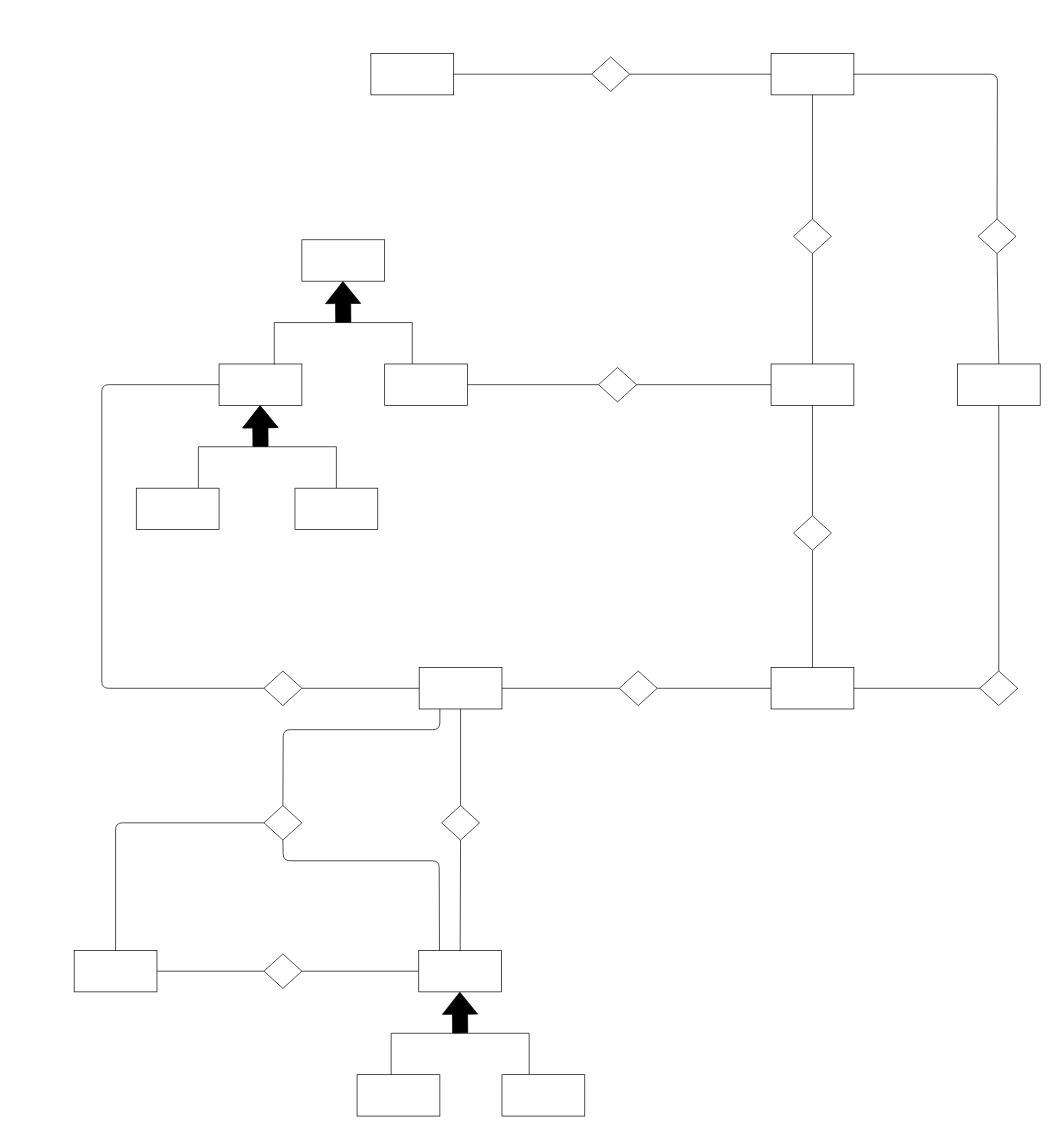
The draw.io diagram pizzeria.drawio in StefanoBelli/pizzeria, before the edit. Source tidied: cells renumbered, new cells numbered last; positions are measured from the earlier drawing's top-left corner, leaving out a move shared by most shapes. Both pictures are drawn from the tidied source at 69%, with x=0, y=0 at pixel (74, 53).
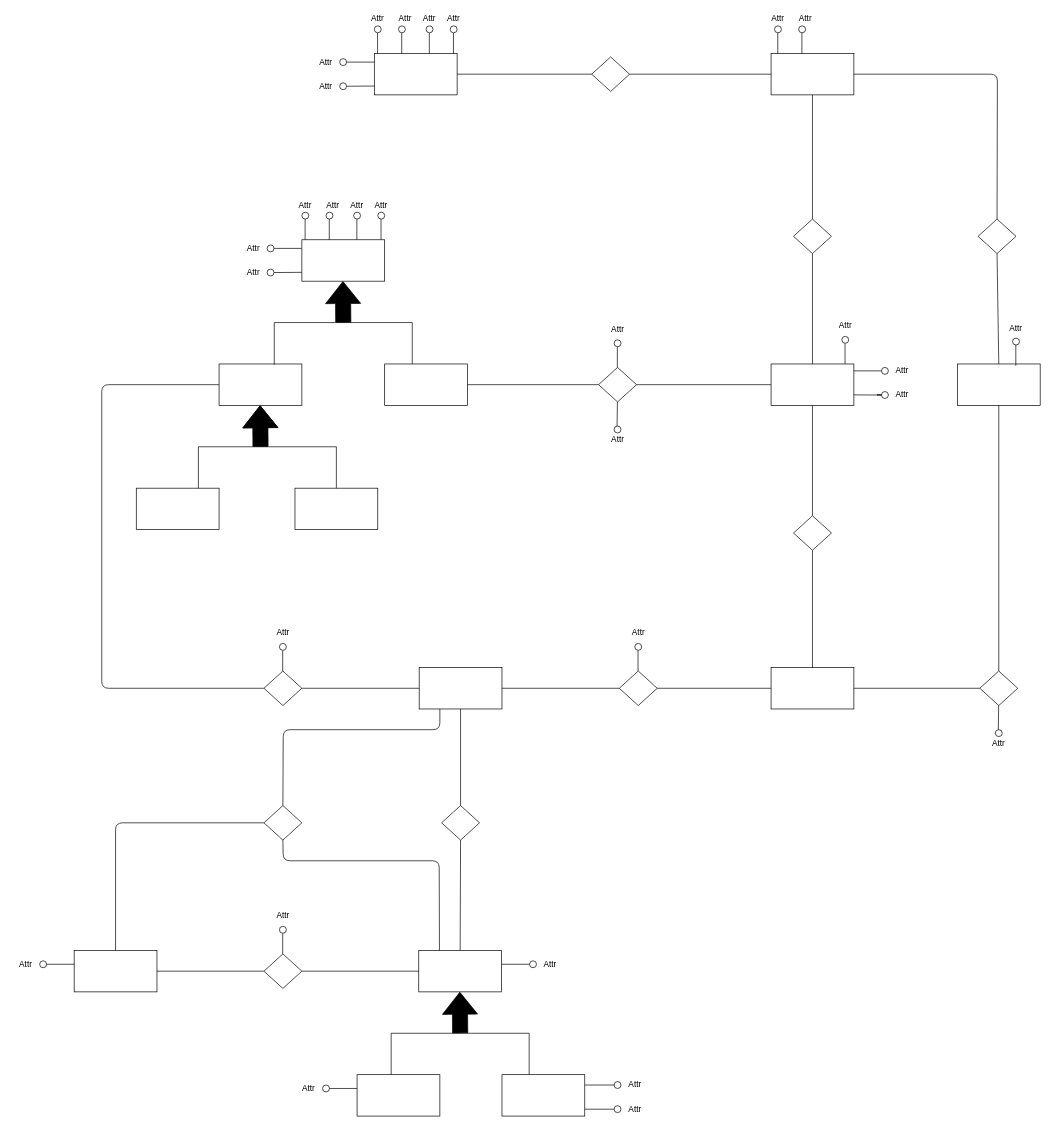
After the change.

Commit message (it also covers changes not shown here):
Update pizzeria.drawio (basic structure)

Change to the diagram source:
```diff
@@
     <mxCell id="2" style="rounded=0;whiteSpace=wrap;html=1;" parent="1" vertex="1">
-      <mxGeometry x="430" width="120" height="60" as="geometry" />
+      <mxGeometry x="435" width="120" height="60" as="geometry" />
     </mxCell>
@@
+    <mxCell id="63" style="endArrow=none;html=1;fillColor=#000000;" parent="1" edge="1">
+      <mxGeometry relative="1" as="geometry">
+        <mxPoint x="439.7" as="sourcePoint" />
+        <mxPoint x="439.7" y="-30" as="targetPoint" />
+      </mxGeometry>
+    </mxCell>
+    <mxCell id="64" style="ellipse;whiteSpace=wrap;html=1;" parent="1" vertex="1">
+      <mxGeometry x="435" y="-40" width="10" height="10" as="geometry" />
+    </mxCell>
+    <mxCell id="65" value="&lt;div&gt;Attr&lt;/div&gt;" style="text;html=1;strokeColor=none;fillColor=none;align=center;verticalAlign=middle;whiteSpace=wrap;rounded=0;" parent="1" vertex="1">
+      <mxGeometry x="420" y="-60" width="40" height="20" as="geometry" />
+    </mxCell>
+    <mxCell id="66" style="endArrow=none;html=1;fillColor=#000000;" parent="1" edge="1">
+      <mxGeometry relative="1" as="geometry">
+        <mxPoint x="474.7" as="sourcePoint" />
+        <mxPoint x="474.7" y="-30" as="targetPoint" />
+      </mxGeometry>
+    </mxCell>
+    <mxCell id="67" style="ellipse;whiteSpace=wrap;html=1;" parent="1" vertex="1">
+      <mxGeometry x="470" y="-40" width="10" height="10" as="geometry" />
+    </mxCell>
+    <mxCell id="68" value="&lt;div&gt;Attr&lt;/div&gt;" style="text;html=1;strokeColor=none;fillColor=none;align=center;verticalAlign=middle;whiteSpace=wrap;rounded=0;" parent="1" vertex="1">
+      <mxGeometry x="460" y="-60" width="40" height="20" as="geometry" />
+    </mxCell>
+    <mxCell id="69" style="endArrow=none;html=1;fillColor=#000000;" parent="1" edge="1">
+      <mxGeometry relative="1" as="geometry">
+        <mxPoint x="514.7" as="sourcePoint" />
+        <mxPoint x="514.7" y="-30" as="targetPoint" />
+      </mxGeometry>
+    </mxCell>
+    <mxCell id="70" style="ellipse;whiteSpace=wrap;html=1;" parent="1" vertex="1">
+      <mxGeometry x="510" y="-40" width="10" height="10" as="geometry" />
+    </mxCell>
+    <mxCell id="71" value="&lt;div&gt;Attr&lt;/div&gt;" style="text;html=1;strokeColor=none;fillColor=none;align=center;verticalAlign=middle;whiteSpace=wrap;rounded=0;" parent="1" vertex="1">
+      <mxGeometry x="495" y="-60" width="40" height="20" as="geometry" />
+    </mxCell>
+    <mxCell id="72" style="endArrow=none;html=1;fillColor=#000000;" parent="1" edge="1">
+      <mxGeometry relative="1" as="geometry">
+        <mxPoint x="549.7" as="sourcePoint" />
+        <mxPoint x="549.7" y="-30" as="targetPoint" />
+      </mxGeometry>
+    </mxCell>
+    <mxCell id="73" style="ellipse;whiteSpace=wrap;html=1;" parent="1" vertex="1">
+      <mxGeometry x="545" y="-40" width="10" height="10" as="geometry" />
+    </mxCell>
+    <mxCell id="74" value="&lt;div&gt;Attr&lt;/div&gt;" style="text;html=1;strokeColor=none;fillColor=none;align=center;verticalAlign=middle;whiteSpace=wrap;rounded=0;" parent="1" vertex="1">
+      <mxGeometry x="530" y="-60" width="40" height="20" as="geometry" />
+    </mxCell>
+    <mxCell id="75" style="endArrow=none;html=1;fillColor=#000000;entryX=1;entryY=0.5;entryDx=0;entryDy=0;exitX=0.003;exitY=0.828;exitDx=0;exitDy=0;exitPerimeter=0;" parent="1" edge="1" target="79">
+      <mxGeometry relative="1" as="geometry">
+        <mxPoint x="330" y="317.2" as="sourcePoint" />
+      </mxGeometry>
+    </mxCell>
+    <mxCell id="76" style="ellipse;whiteSpace=wrap;html=1;direction=east;" parent="1" vertex="1">
+      <mxGeometry x="279.6" y="277.5" width="10" height="10" as="geometry" />
+    </mxCell>
+    <mxCell id="77" value="&lt;div&gt;Attr&lt;/div&gt;" style="text;html=1;strokeColor=none;fillColor=none;align=center;verticalAlign=middle;whiteSpace=wrap;rounded=0;direction=east;" parent="1" vertex="1">
+      <mxGeometry x="239.6" y="307.5" width="40" height="20" as="geometry" />
+    </mxCell>
+    <mxCell id="78" style="endArrow=none;html=1;fillColor=#000000;entryX=1;entryY=0.5;entryDx=0;entryDy=0;exitX=0;exitY=0.25;exitDx=0;exitDy=0;" parent="1" edge="1" target="76">
+      <mxGeometry relative="1" as="geometry">
+        <mxPoint x="329.6" y="282.5" as="sourcePoint" />
+      </mxGeometry>
+    </mxCell>
+    <mxCell id="79" style="ellipse;whiteSpace=wrap;html=1;direction=east;" parent="1" vertex="1">
+      <mxGeometry x="279.6" y="312.5" width="10" height="10" as="geometry" />
+    </mxCell>
+    <mxCell id="80" value="&lt;div&gt;Attr&lt;/div&gt;" style="text;html=1;strokeColor=none;fillColor=none;align=center;verticalAlign=middle;whiteSpace=wrap;rounded=0;direction=east;" parent="1" vertex="1">
+      <mxGeometry x="239.6" y="272.5" width="40" height="20" as="geometry" />
+    </mxCell>
+    <mxCell id="81" style="endArrow=none;html=1;fillColor=#000000;" parent="1" edge="1">
+      <mxGeometry relative="1" as="geometry">
+        <mxPoint x="1019.7" as="sourcePoint" />
+        <mxPoint x="1019.7" y="-30" as="targetPoint" />
+      </mxGeometry>
+    </mxCell>
+    <mxCell id="82" style="ellipse;whiteSpace=wrap;html=1;" parent="1" vertex="1">
+      <mxGeometry x="1015" y="-40" width="10" height="10" as="geometry" />
+    </mxCell>
+    <mxCell id="83" value="&lt;div&gt;Attr&lt;/div&gt;" style="text;html=1;strokeColor=none;fillColor=none;align=center;verticalAlign=middle;whiteSpace=wrap;rounded=0;" parent="1" vertex="1">
+      <mxGeometry x="1000" y="-60" width="40" height="20" as="geometry" />
+    </mxCell>
+    <mxCell id="84" style="endArrow=none;html=1;fillColor=#000000;" parent="1" edge="1">
+      <mxGeometry relative="1" as="geometry">
+        <mxPoint x="1054.7" as="sourcePoint" />
+        <mxPoint x="1054.7" y="-30" as="targetPoint" />
+      </mxGeometry>
+    </mxCell>
+    <mxCell id="85" style="ellipse;whiteSpace=wrap;html=1;" parent="1" vertex="1">
+      <mxGeometry x="1050" y="-40" width="10" height="10" as="geometry" />
+    </mxCell>
+    <mxCell id="86" value="&lt;div&gt;Attr&lt;/div&gt;" style="text;html=1;strokeColor=none;fillColor=none;align=center;verticalAlign=middle;whiteSpace=wrap;rounded=0;" parent="1" vertex="1">
+      <mxGeometry x="1040" y="-60" width="40" height="20" as="geometry" />
+    </mxCell>
+    <mxCell id="87" style="endArrow=none;html=1;fillColor=#000000;" parent="1" edge="1">
+      <mxGeometry relative="1" as="geometry">
+        <mxPoint x="787.2" y="455" as="sourcePoint" />
+        <mxPoint x="787.2" y="425" as="targetPoint" />
+      </mxGeometry>
+    </mxCell>
+    <mxCell id="88" style="ellipse;whiteSpace=wrap;html=1;" parent="1" vertex="1">
+      <mxGeometry x="782.5" y="415" width="10" height="10" as="geometry" />
+    </mxCell>
+    <mxCell id="89" value="&lt;div&gt;Attr&lt;/div&gt;" style="text;html=1;strokeColor=none;fillColor=none;align=center;verticalAlign=middle;whiteSpace=wrap;rounded=0;" parent="1" vertex="1">
+      <mxGeometry x="767.5" y="390" width="40" height="20" as="geometry" />
+    </mxCell>
+    <mxCell id="90" style="endArrow=none;html=1;fillColor=#000000;exitX=0.431;exitY=0.184;exitDx=0;exitDy=0;exitPerimeter=0;" parent="1" edge="1" source="91">
+      <mxGeometry relative="1" as="geometry">
+        <mxPoint x="787.3" y="505" as="targetPoint" />
+      </mxGeometry>
+    </mxCell>
+    <mxCell id="91" style="ellipse;whiteSpace=wrap;html=1;" parent="1" vertex="1">
+      <mxGeometry x="782.5" y="540" width="10" height="10" as="geometry" />
+    </mxCell>
+    <mxCell id="92" value="&lt;div&gt;Attr&lt;/div&gt;" style="text;html=1;strokeColor=none;fillColor=none;align=center;verticalAlign=middle;whiteSpace=wrap;rounded=0;" parent="1" vertex="1">
+      <mxGeometry x="767.5" y="550" width="40" height="20" as="geometry" />
+    </mxCell>
+    <mxCell id="93" style="endArrow=none;html=1;fillColor=#000000;" parent="1" edge="1">
+      <mxGeometry relative="1" as="geometry">
+        <mxPoint x="334.7" y="270" as="sourcePoint" />
+        <mxPoint x="334.7" y="240" as="targetPoint" />
+      </mxGeometry>
+    </mxCell>
+    <mxCell id="94" style="ellipse;whiteSpace=wrap;html=1;" parent="1" vertex="1">
+      <mxGeometry x="330" y="230" width="10" height="10" as="geometry" />
+    </mxCell>
+    <mxCell id="95" value="&lt;div&gt;Attr&lt;/div&gt;" style="text;html=1;strokeColor=none;fillColor=none;align=center;verticalAlign=middle;whiteSpace=wrap;rounded=0;" parent="1" vertex="1">
+      <mxGeometry x="315" y="210" width="40" height="20" as="geometry" />
+    </mxCell>
+    <mxCell id="96" style="endArrow=none;html=1;fillColor=#000000;" parent="1" edge="1">
+      <mxGeometry relative="1" as="geometry">
+        <mxPoint x="369.7" y="270" as="sourcePoint" />
+        <mxPoint x="369.7" y="240" as="targetPoint" />
+      </mxGeometry>
+    </mxCell>
+    <mxCell id="97" style="ellipse;whiteSpace=wrap;html=1;" parent="1" vertex="1">
+      <mxGeometry x="365" y="230" width="10" height="10" as="geometry" />
+    </mxCell>
+    <mxCell id="98" value="&lt;div&gt;Attr&lt;/div&gt;" style="text;html=1;strokeColor=none;fillColor=none;align=center;verticalAlign=middle;whiteSpace=wrap;rounded=0;" parent="1" vertex="1">
+      <mxGeometry x="355" y="210" width="40" height="20" as="geometry" />
+    </mxCell>
+    <mxCell id="99" style="endArrow=none;html=1;fillColor=#000000;" parent="1" edge="1">
+      <mxGeometry relative="1" as="geometry">
+        <mxPoint x="409.7" y="270" as="sourcePoint" />
+        <mxPoint x="409.7" y="240" as="targetPoint" />
+      </mxGeometry>
+    </mxCell>
+    <mxCell id="100" style="ellipse;whiteSpace=wrap;html=1;" parent="1" vertex="1">
+      <mxGeometry x="405" y="230" width="10" height="10" as="geometry" />
+    </mxCell>
+    <mxCell id="101" value="&lt;div&gt;Attr&lt;/div&gt;" style="text;html=1;strokeColor=none;fillColor=none;align=center;verticalAlign=middle;whiteSpace=wrap;rounded=0;" parent="1" vertex="1">
+      <mxGeometry x="390" y="210" width="40" height="20" as="geometry" />
+    </mxCell>
+    <mxCell id="102" style="endArrow=none;html=1;fillColor=#000000;" parent="1" edge="1">
+      <mxGeometry relative="1" as="geometry">
+        <mxPoint x="444.7" y="270" as="sourcePoint" />
+        <mxPoint x="444.7" y="240" as="targetPoint" />
+      </mxGeometry>
+    </mxCell>
+    <mxCell id="103" style="ellipse;whiteSpace=wrap;html=1;" parent="1" vertex="1">
+      <mxGeometry x="440" y="230" width="10" height="10" as="geometry" />
+    </mxCell>
+    <mxCell id="104" value="&lt;div&gt;Attr&lt;/div&gt;" style="text;html=1;strokeColor=none;fillColor=none;align=center;verticalAlign=middle;whiteSpace=wrap;rounded=0;" parent="1" vertex="1">
+      <mxGeometry x="425" y="210" width="40" height="20" as="geometry" />
+    </mxCell>
+    <mxCell id="105" style="endArrow=none;html=1;fillColor=#000000;" parent="1" edge="1">
+      <mxGeometry relative="1" as="geometry">
+        <mxPoint x="302.2" y="1305" as="sourcePoint" />
+        <mxPoint x="302.2" y="1275" as="targetPoint" />
+      </mxGeometry>
+    </mxCell>
+    <mxCell id="106" style="ellipse;whiteSpace=wrap;html=1;" parent="1" vertex="1">
+      <mxGeometry x="297.5" y="1265" width="10" height="10" as="geometry" />
+    </mxCell>
+    <mxCell id="107" value="&lt;div&gt;Attr&lt;/div&gt;" style="text;html=1;strokeColor=none;fillColor=none;align=center;verticalAlign=middle;whiteSpace=wrap;rounded=0;" parent="1" vertex="1">
+      <mxGeometry x="282.5" y="1240" width="40" height="20" as="geometry" />
+    </mxCell>
+    <mxCell id="108" style="endArrow=none;html=1;fillColor=#000000;entryX=1;entryY=0.5;entryDx=0;entryDy=0;exitX=0.003;exitY=0.828;exitDx=0;exitDy=0;exitPerimeter=0;" parent="1" edge="1" target="112">
+      <mxGeometry relative="1" as="geometry">
+        <mxPoint x="435.2" y="47.2" as="sourcePoint" />
+      </mxGeometry>
+    </mxCell>
+    <mxCell id="109" style="ellipse;whiteSpace=wrap;html=1;direction=east;" parent="1" vertex="1">
+      <mxGeometry x="384.8" y="7.5" width="10" height="10" as="geometry" />
+    </mxCell>
+    <mxCell id="110" value="&lt;div&gt;Attr&lt;/div&gt;" style="text;html=1;strokeColor=none;fillColor=none;align=center;verticalAlign=middle;whiteSpace=wrap;rounded=0;direction=east;" parent="1" vertex="1">
+      <mxGeometry x="344.8" y="37.5" width="40" height="20" as="geometry" />
+    </mxCell>
+    <mxCell id="111" style="endArrow=none;html=1;fillColor=#000000;entryX=1;entryY=0.5;entryDx=0;entryDy=0;exitX=0;exitY=0.25;exitDx=0;exitDy=0;" parent="1" edge="1" target="109">
+      <mxGeometry relative="1" as="geometry">
+        <mxPoint x="434.8" y="12.5" as="sourcePoint" />
+      </mxGeometry>
+    </mxCell>
+    <mxCell id="112" style="ellipse;whiteSpace=wrap;html=1;direction=east;" parent="1" vertex="1">
+      <mxGeometry x="384.8" y="42.5" width="10" height="10" as="geometry" />
+    </mxCell>
+    <mxCell id="113" value="&lt;div&gt;Attr&lt;/div&gt;" style="text;html=1;strokeColor=none;fillColor=none;align=center;verticalAlign=middle;whiteSpace=wrap;rounded=0;direction=east;" parent="1" vertex="1">
+      <mxGeometry x="344.8" y="2.5" width="40" height="20" as="geometry" />
+    </mxCell>
+    <mxCell id="114" style="endArrow=none;html=1;fillColor=#000000;" parent="1" edge="1" source="147">
+      <mxGeometry relative="1" as="geometry">
+        <mxPoint x="1180" y="460" as="targetPoint" />
+      </mxGeometry>
+    </mxCell>
+    <mxCell id="115" style="endArrow=none;html=1;fillColor=#000000;" parent="1" edge="1" source="149">
+      <mxGeometry relative="1" as="geometry">
+        <mxPoint x="1180" y="494.8" as="targetPoint" />
+        <Array as="points">
+          <mxPoint x="1160" y="494.8" />
+        </Array>
+      </mxGeometry>
+    </mxCell>
+    <mxCell id="116" style="endArrow=none;html=1;fillColor=#000000;" parent="1" edge="1">
+      <mxGeometry relative="1" as="geometry">
+        <mxPoint x="1117.2" y="450" as="sourcePoint" />
+        <mxPoint x="1117.2" y="420" as="targetPoint" />
+      </mxGeometry>
+    </mxCell>
+    <mxCell id="117" style="ellipse;whiteSpace=wrap;html=1;" parent="1" vertex="1">
+      <mxGeometry x="1112.5" y="410" width="10" height="10" as="geometry" />
+    </mxCell>
+    <mxCell id="118" value="&lt;div&gt;Attr&lt;/div&gt;" style="text;html=1;strokeColor=none;fillColor=none;align=center;verticalAlign=middle;whiteSpace=wrap;rounded=0;" parent="1" vertex="1">
+      <mxGeometry x="1097.5" y="385" width="40" height="20" as="geometry" />
+    </mxCell>
+    <mxCell id="119" value="Attr" style="text;html=1;strokeColor=none;fillColor=none;align=center;verticalAlign=middle;whiteSpace=wrap;rounded=0;" parent="1" vertex="1">
+      <mxGeometry x="1180" y="450" width="40" height="20" as="geometry" />
+    </mxCell>
+    <mxCell id="120" value="Attr" style="text;html=1;strokeColor=none;fillColor=none;align=center;verticalAlign=middle;whiteSpace=wrap;rounded=0;" parent="1" vertex="1">
+      <mxGeometry x="1180" y="485" width="40" height="20" as="geometry" />
+    </mxCell>
+    <mxCell id="121" style="endArrow=none;html=1;fillColor=#000000;exitX=0.431;exitY=0.184;exitDx=0;exitDy=0;exitPerimeter=0;" parent="1" edge="1" source="122">
+      <mxGeometry relative="1" as="geometry">
+        <mxPoint x="1339.8" y="945" as="targetPoint" />
+      </mxGeometry>
+    </mxCell>
+    <mxCell id="122" style="ellipse;whiteSpace=wrap;html=1;" parent="1" vertex="1">
+      <mxGeometry x="1335" y="980" width="10" height="10" as="geometry" />
+    </mxCell>
+    <mxCell id="123" value="&lt;div&gt;Attr&lt;/div&gt;" style="text;html=1;strokeColor=none;fillColor=none;align=center;verticalAlign=middle;whiteSpace=wrap;rounded=0;" parent="1" vertex="1">
+      <mxGeometry x="1320" y="990" width="40" height="20" as="geometry" />
+    </mxCell>
+    <mxCell id="124" style="endArrow=none;html=1;fillColor=#000000;" parent="1" edge="1">
+      <mxGeometry relative="1" as="geometry">
+        <mxPoint x="1364.7" y="452.5" as="sourcePoint" />
+        <mxPoint x="1364.7" y="422.5" as="targetPoint" />
+      </mxGeometry>
+    </mxCell>
+    <mxCell id="125" style="ellipse;whiteSpace=wrap;html=1;" parent="1" vertex="1">
+      <mxGeometry x="1360" y="412.5" width="10" height="10" as="geometry" />
+    </mxCell>
+    <mxCell id="126" value="&lt;div&gt;Attr&lt;/div&gt;" style="text;html=1;strokeColor=none;fillColor=none;align=center;verticalAlign=middle;whiteSpace=wrap;rounded=0;" parent="1" vertex="1">
+      <mxGeometry x="1345" y="387.5" width="40" height="20" as="geometry" />
+    </mxCell>
+    <mxCell id="127" style="endArrow=none;html=1;fillColor=#000000;" parent="1" edge="1">
+      <mxGeometry relative="1" as="geometry">
+        <mxPoint x="302.2" y="895" as="sourcePoint" />
+        <mxPoint x="302.2" y="865" as="targetPoint" />
+      </mxGeometry>
+    </mxCell>
+    <mxCell id="128" style="ellipse;whiteSpace=wrap;html=1;" parent="1" vertex="1">
+      <mxGeometry x="297.5" y="855" width="10" height="10" as="geometry" />
+    </mxCell>
+    <mxCell id="129" value="&lt;div&gt;Attr&lt;/div&gt;" style="text;html=1;strokeColor=none;fillColor=none;align=center;verticalAlign=middle;whiteSpace=wrap;rounded=0;" parent="1" vertex="1">
+      <mxGeometry x="282.5" y="830" width="40" height="20" as="geometry" />
+    </mxCell>
+    <mxCell id="130" style="endArrow=none;html=1;fillColor=#000000;" parent="1" edge="1">
+      <mxGeometry relative="1" as="geometry">
+        <mxPoint x="817.2" y="895" as="sourcePoint" />
+        <mxPoint x="817.2" y="865" as="targetPoint" />
+      </mxGeometry>
+    </mxCell>
+    <mxCell id="131" style="ellipse;whiteSpace=wrap;html=1;" parent="1" vertex="1">
+      <mxGeometry x="812.5" y="855" width="10" height="10" as="geometry" />
+    </mxCell>
+    <mxCell id="132" value="&lt;div&gt;Attr&lt;/div&gt;" style="text;html=1;strokeColor=none;fillColor=none;align=center;verticalAlign=middle;whiteSpace=wrap;rounded=0;" parent="1" vertex="1">
+      <mxGeometry x="797.5" y="830" width="40" height="20" as="geometry" />
+    </mxCell>
+    <mxCell id="133" style="endArrow=none;html=1;fillColor=#000000;" parent="1" edge="1" source="145">
+      <mxGeometry relative="1" as="geometry">
+        <mxPoint x="669.4" y="1320" as="targetPoint" />
+      </mxGeometry>
+    </mxCell>
+    <mxCell id="134" value="Attr" style="text;html=1;strokeColor=none;fillColor=none;align=center;verticalAlign=middle;whiteSpace=wrap;rounded=0;" parent="1" vertex="1">
+      <mxGeometry x="670" y="1310" width="40" height="20" as="geometry" />
+    </mxCell>
+    <mxCell id="135" style="endArrow=none;html=1;fillColor=#000000;" parent="1" edge="1" source="143">
+      <mxGeometry relative="1" as="geometry">
+        <mxPoint x="790" y="1530" as="targetPoint" />
+      </mxGeometry>
+    </mxCell>
+    <mxCell id="136" value="Attr" style="text;html=1;strokeColor=none;fillColor=none;align=center;verticalAlign=middle;whiteSpace=wrap;rounded=0;" parent="1" vertex="1">
+      <mxGeometry x="792.5" y="1520" width="40" height="20" as="geometry" />
+    </mxCell>
+    <mxCell id="137" style="endArrow=none;html=1;fillColor=#000000;" parent="1" edge="1">
+      <mxGeometry relative="1" as="geometry">
+        <mxPoint x="740" y="1495" as="sourcePoint" />
+        <mxPoint x="790" y="1495" as="targetPoint" />
+      </mxGeometry>
+    </mxCell>
+    <mxCell id="138" style="ellipse;whiteSpace=wrap;html=1;" parent="1" vertex="1">
+      <mxGeometry x="782.5" y="1490" width="10" height="10" as="geometry" />
+    </mxCell>
+    <mxCell id="139" value="Attr" style="text;html=1;strokeColor=none;fillColor=none;align=center;verticalAlign=middle;whiteSpace=wrap;rounded=0;" parent="1" vertex="1">
+      <mxGeometry x="792.5" y="1485" width="40" height="20" as="geometry" />
+    </mxCell>
+    <mxCell id="140" style="ellipse;whiteSpace=wrap;html=1;direction=east;" parent="1" vertex="1">
+      <mxGeometry x="360" y="1495" width="10" height="10" as="geometry" />
+    </mxCell>
+    <mxCell id="141" style="endArrow=none;html=1;fillColor=#000000;entryX=1;entryY=0.5;entryDx=0;entryDy=0;exitX=0;exitY=0.25;exitDx=0;exitDy=0;" parent="1" edge="1" target="140">
+      <mxGeometry relative="1" as="geometry">
+        <mxPoint x="410" y="1500" as="sourcePoint" />
+      </mxGeometry>
+    </mxCell>
+    <mxCell id="142" value="&lt;div&gt;Attr&lt;/div&gt;" style="text;html=1;strokeColor=none;fillColor=none;align=center;verticalAlign=middle;whiteSpace=wrap;rounded=0;direction=east;" parent="1" vertex="1">
+      <mxGeometry x="320" y="1490" width="40" height="20" as="geometry" />
+    </mxCell>
+    <mxCell id="143" style="ellipse;whiteSpace=wrap;html=1;" parent="1" vertex="1">
+      <mxGeometry x="782.5" y="1525" width="10" height="10" as="geometry" />
+    </mxCell>
+    <mxCell id="144" style="endArrow=none;html=1;fillColor=#000000;" parent="1" edge="1" target="143">
+      <mxGeometry relative="1" as="geometry">
+        <mxPoint x="740" y="1530" as="sourcePoint" />
+      </mxGeometry>
+    </mxCell>
+    <mxCell id="145" style="ellipse;whiteSpace=wrap;html=1;" parent="1" vertex="1">
+      <mxGeometry x="660" y="1315" width="10" height="10" as="geometry" />
+    </mxCell>
+    <mxCell id="146" style="endArrow=none;html=1;fillColor=#000000;" parent="1" edge="1" target="145">
+      <mxGeometry relative="1" as="geometry">
+        <mxPoint x="619.4" y="1320" as="sourcePoint" />
+      </mxGeometry>
+    </mxCell>
+    <mxCell id="147" style="ellipse;whiteSpace=wrap;html=1;" parent="1" vertex="1">
+      <mxGeometry x="1170" y="455" width="10" height="10" as="geometry" />
+    </mxCell>
+    <mxCell id="148" style="endArrow=none;html=1;fillColor=#000000;" parent="1" edge="1" target="147">
+      <mxGeometry relative="1" as="geometry">
+        <mxPoint x="1130" y="460" as="sourcePoint" />
+      </mxGeometry>
+    </mxCell>
+    <mxCell id="149" style="ellipse;whiteSpace=wrap;html=1;" parent="1" vertex="1">
+      <mxGeometry x="1170" y="490" width="10" height="10" as="geometry" />
+    </mxCell>
+    <mxCell id="150" style="endArrow=none;html=1;fillColor=#000000;" parent="1" edge="1" target="149">
+      <mxGeometry relative="1" as="geometry">
+        <mxPoint x="1130" y="494.8" as="sourcePoint" />
+      </mxGeometry>
+    </mxCell>
+    <mxCell id="151" style="ellipse;whiteSpace=wrap;html=1;direction=east;" parent="1" vertex="1">
+      <mxGeometry x="-50" y="1315" width="10" height="10" as="geometry" />
+    </mxCell>
+    <mxCell id="152" style="endArrow=none;html=1;fillColor=#000000;entryX=1;entryY=0.5;entryDx=0;entryDy=0;exitX=0;exitY=0.25;exitDx=0;exitDy=0;" parent="1" edge="1" target="151">
+      <mxGeometry relative="1" as="geometry">
+        <mxPoint y="1320" as="sourcePoint" />
+      </mxGeometry>
+    </mxCell>
+    <mxCell id="153" value="&lt;div&gt;Attr&lt;/div&gt;" style="text;html=1;strokeColor=none;fillColor=none;align=center;verticalAlign=middle;whiteSpace=wrap;rounded=0;direction=east;" parent="1" vertex="1">
+      <mxGeometry x="-90" y="1310" width="40" height="20" as="geometry" />
+    </mxCell>
```
